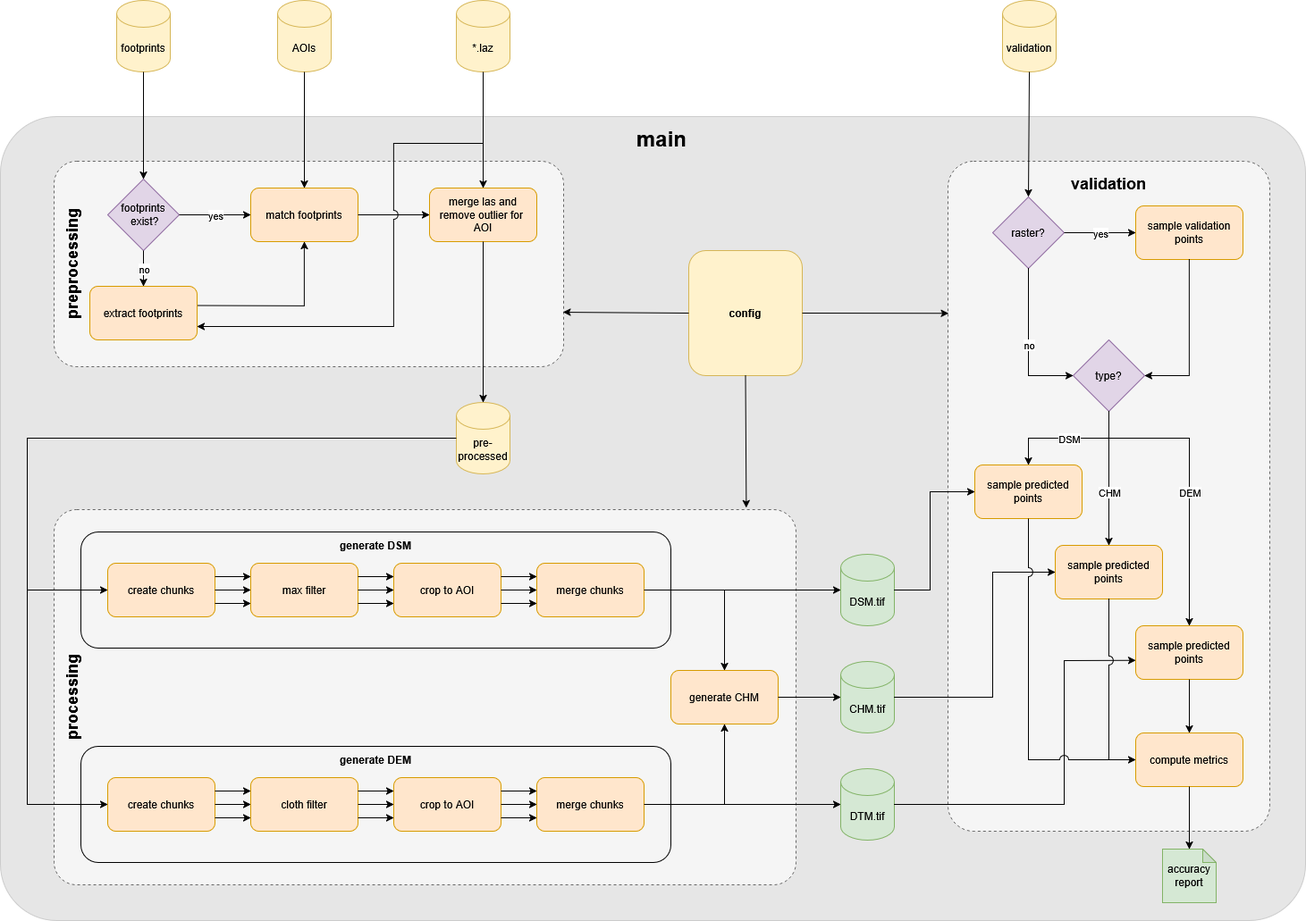
This is lidarprocessing_workflow.png from awi-response/LidarProcessing, a draw.io export, as it was before one commit. Source tidied: cells renumbered, new cells last; positions are measured from the earlier drawing's top-left corner, leaving out a move shared by most shapes.
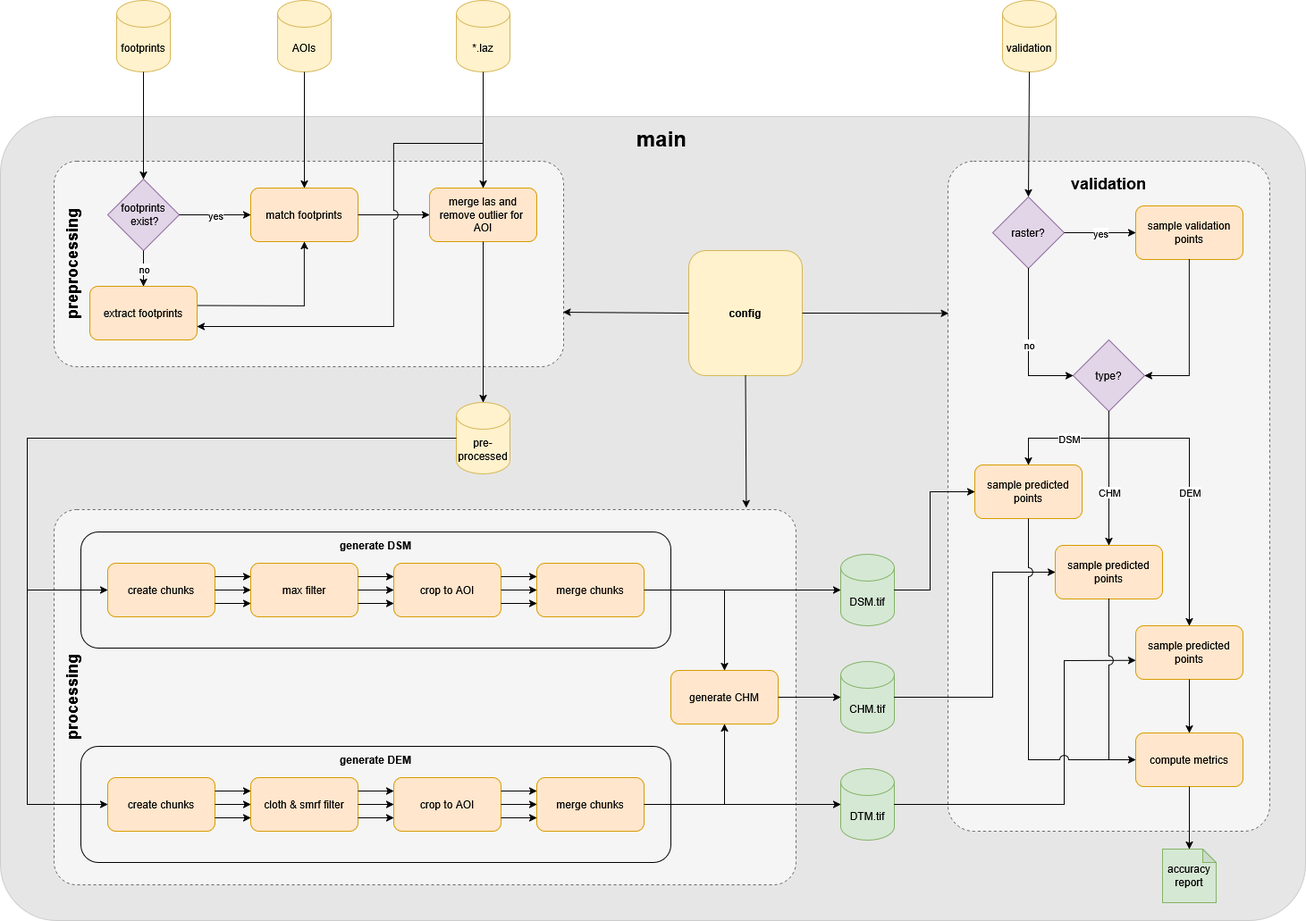
Above is the later version.

What changed in the source:
```diff
@@ -104,7 +104,7 @@
     <mxCell id="35" value="create chunks" style="rounded=1;whiteSpace=wrap;html=1;fillColor=#ffe6cc;strokeColor=#d79b00;" parent="1" vertex="1">
       <mxGeometry x="120" y="870" width="120" height="60" as="geometry" />
     </mxCell>
-    <mxCell id="36" value="cloth filter" style="rounded=1;whiteSpace=wrap;html=1;fillColor=#ffe6cc;strokeColor=#d79b00;" parent="1" vertex="1">
+    <mxCell id="36" value="cloth &amp;amp; smrf filter" style="rounded=1;whiteSpace=wrap;html=1;fillColor=#ffe6cc;strokeColor=#d79b00;" parent="1" vertex="1">
       <mxGeometry x="280" y="870" width="120" height="60" as="geometry" />
     </mxCell>
     <mxCell id="37" value="crop to AOI" style="rounded=1;whiteSpace=wrap;html=1;fillColor=#ffe6cc;strokeColor=#d79b00;" parent="1" vertex="1">
```
